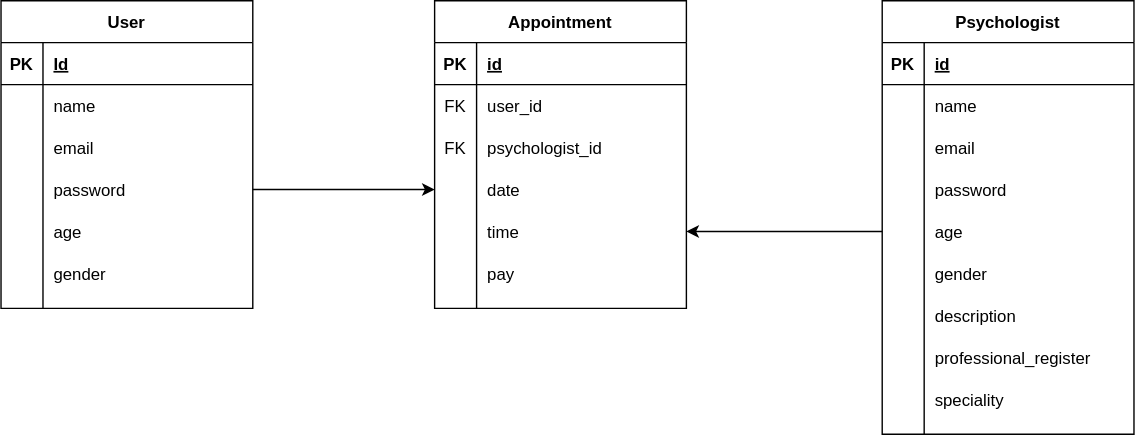
Before: db/database_model/letmehelpyou_database_model.svg, a diagram exported from draw.io (BC-MAY-21-ROR/proyecto-proy-t03). Source tidied: cells renumbered, new cells last; positions are measured from the earlier drawing's top-left corner, leaving out a move shared by most shapes.
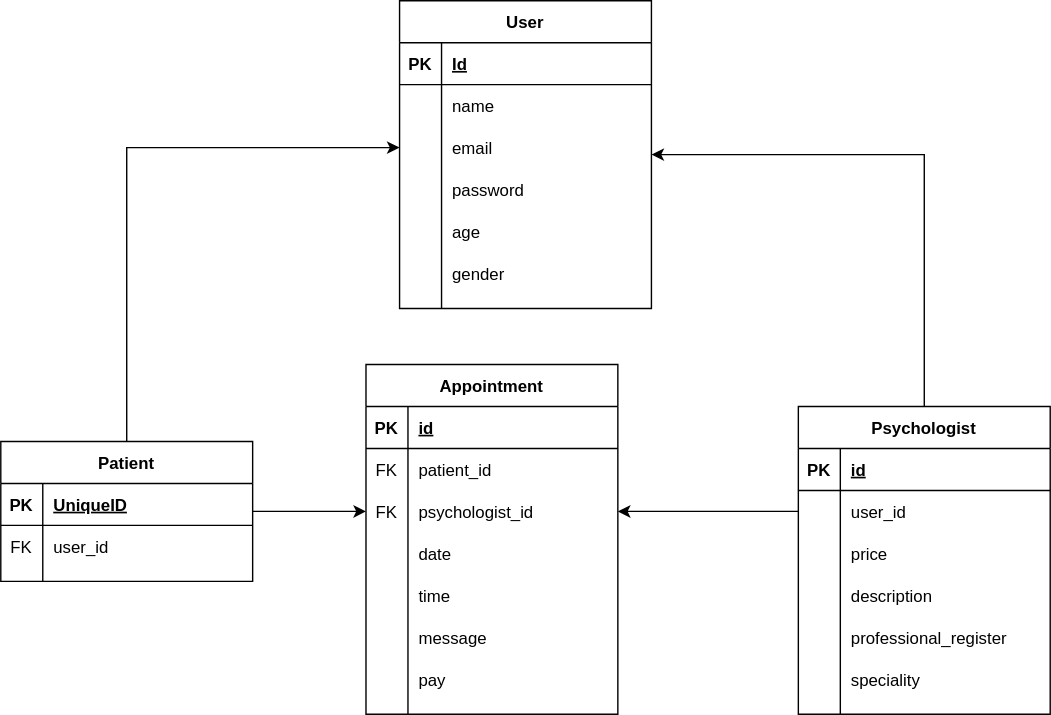
Later version of the same file.

Commit message:
Update database diagram and correct tables Correct diagram to avoid repeat fields on differentes tables. Fix some troubles at create tables. Add attribute message to save chat log.

Change to the diagram source:
```diff
@@ -3,7 +3,7 @@
     <mxCell id="0" />
     <mxCell id="1" parent="0" />
     <mxCell id="2" value="User" style="shape=table;startSize=30;rowLines=0;fontStyle=1;align=center;" parent="1" vertex="1">
-      <mxGeometry width="180" height="220" as="geometry" />
+      <mxGeometry x="335" y="-46" width="180" height="220" as="geometry" />
     </mxCell>
     <mxCell id="3" style="shape=partialRectangle;fillColor=none;top=0;left=0;bottom=1;right=0;" parent="2" vertex="1">
       <mxGeometry y="30" width="180" height="30" as="geometry" />
@@ -59,8 +59,11 @@
     <mxCell id="20" value="gender" style="shape=partialRectangle;fillColor=none;top=0;left=0;bottom=0;right=0;align=left;spacingLeft=6;overflow=hidden;" parent="18" vertex="1">
       <mxGeometry x="30" width="150" height="30" as="geometry" />
     </mxCell>
+    <mxCell id="70" style="edgeStyle=orthogonalEdgeStyle;rounded=0;jettySize=auto;html=1;entryX=1;entryY=0.5;entryDx=0;entryDy=0;exitX=0.5;exitY=0;exitDx=0;exitDy=0;" parent="1" edge="1" source="21" target="2">
+      <mxGeometry relative="1" as="geometry" />
+    </mxCell>
     <mxCell id="21" value="Psychologist" style="shape=table;startSize=30;rowLines=0;fontStyle=1;align=center;" parent="1" vertex="1">
-      <mxGeometry x="630" width="180" height="310" as="geometry" />
+      <mxGeometry x="620" y="244" width="180" height="220" as="geometry" />
     </mxCell>
     <mxCell id="22" style="shape=partialRectangle;fillColor=none;top=0;left=0;bottom=1;right=0;" parent="21" vertex="1">
       <mxGeometry y="30" width="180" height="30" as="geometry" />
@@ -71,62 +74,35 @@
     <mxCell id="24" value="id" style="shape=partialRectangle;fillColor=none;top=0;left=0;bottom=0;right=0;align=left;spacingLeft=6;fontStyle=5;overflow=hidden;" parent="22" vertex="1">
       <mxGeometry x="30" width="150" height="30" as="geometry" />
     </mxCell>
-    <mxCell id="25" style="shape=partialRectangle;fillColor=none;top=0;left=0;bottom=0;right=0;" parent="21" vertex="1">
-      <mxGeometry y="60" width="180" height="30" as="geometry" />
-    </mxCell>
-    <mxCell id="26" style="shape=partialRectangle;fillColor=none;top=0;left=0;bottom=0;right=0;overflow=hidden;" parent="25" vertex="1">
-      <mxGeometry width="30" height="30" as="geometry" />
-    </mxCell>
-    <mxCell id="27" value="name" style="shape=partialRectangle;fillColor=none;top=0;left=0;bottom=0;right=0;align=left;spacingLeft=6;overflow=hidden;" parent="25" vertex="1">
-      <mxGeometry x="30" width="150" height="30" as="geometry" />
-    </mxCell>
-    <mxCell id="28" style="shape=partialRectangle;fillColor=none;top=0;left=0;bottom=0;right=0;" parent="21" vertex="1">
-      <mxGeometry y="90" width="180" height="30" as="geometry" />
-    </mxCell>
-    <mxCell id="29" style="shape=partialRectangle;fillColor=none;top=0;left=0;bottom=0;right=0;overflow=hidden;" parent="28" vertex="1">
-      <mxGeometry width="30" height="30" as="geometry" />
-    </mxCell>
-    <mxCell id="30" value="email" style="shape=partialRectangle;fillColor=none;top=0;left=0;bottom=0;right=0;align=left;spacingLeft=6;overflow=hidden;" parent="28" vertex="1">
-      <mxGeometry x="30" width="150" height="30" as="geometry" />
-    </mxCell>
-    <mxCell id="31" style="shape=partialRectangle;fillColor=none;top=0;left=0;bottom=0;right=0;" parent="21" vertex="1">
-      <mxGeometry y="120" width="180" height="30" as="geometry" />
-    </mxCell>
-    <mxCell id="32" style="shape=partialRectangle;fillColor=none;top=0;left=0;bottom=0;right=0;overflow=hidden;" parent="31" vertex="1">
-      <mxGeometry width="30" height="30" as="geometry" />
-    </mxCell>
-    <mxCell id="33" value="password" style="shape=partialRectangle;fillColor=none;top=0;left=0;bottom=0;right=0;align=left;spacingLeft=6;overflow=hidden;" parent="31" vertex="1">
-      <mxGeometry x="30" width="150" height="30" as="geometry" />
-    </mxCell>
-    <mxCell id="34" style="shape=partialRectangle;fillColor=none;top=0;left=0;bottom=0;right=0;points=[[0,0.5],[1,0.5]];portConstraint=eastwest;" parent="21" vertex="1">
-      <mxGeometry y="150" width="180" height="30" as="geometry" />
-    </mxCell>
-    <mxCell id="35" style="shape=partialRectangle;fillColor=none;top=0;left=0;bottom=0;right=0;overflow=hidden;" parent="34" vertex="1">
-      <mxGeometry width="30" height="30" as="geometry" />
-    </mxCell>
-    <mxCell id="36" value="age" style="shape=partialRectangle;fillColor=none;top=0;left=0;bottom=0;right=0;align=left;spacingLeft=6;overflow=hidden;" parent="34" vertex="1">
-      <mxGeometry x="30" width="150" height="30" as="geometry" />
-    </mxCell>
-    <mxCell id="37" style="shape=partialRectangle;fillColor=none;top=0;left=0;bottom=0;right=0;" parent="21" vertex="1">
-      <mxGeometry y="180" width="180" height="30" as="geometry" />
-    </mxCell>
-    <mxCell id="38" style="shape=partialRectangle;fillColor=none;top=0;left=0;bottom=0;right=0;overflow=hidden;" parent="37" vertex="1">
-      <mxGeometry width="30" height="30" as="geometry" />
-    </mxCell>
-    <mxCell id="39" value="gender" style="shape=partialRectangle;fillColor=none;top=0;left=0;bottom=0;right=0;align=left;spacingLeft=6;overflow=hidden;" parent="37" vertex="1">
-      <mxGeometry x="30" width="150" height="30" as="geometry" />
-    </mxCell>
     <mxCell id="40" style="shape=partialRectangle;fillColor=none;top=0;left=0;bottom=0;right=0;points=[[0,0.5],[1,0.5]];portConstraint=eastwest;" parent="21" vertex="1">
-      <mxGeometry y="210" width="180" height="30" as="geometry" />
+      <mxGeometry y="60" width="180" height="30" as="geometry" />
     </mxCell>
     <mxCell id="41" style="shape=partialRectangle;fillColor=none;top=0;left=0;bottom=0;right=0;overflow=hidden;" parent="40" vertex="1">
       <mxGeometry width="30" height="30" as="geometry" />
     </mxCell>
-    <mxCell id="42" value="description" style="shape=partialRectangle;fillColor=none;top=0;left=0;bottom=0;right=0;align=left;spacingLeft=6;overflow=hidden;" parent="40" vertex="1">
+    <mxCell id="42" value="user_id" style="shape=partialRectangle;fillColor=none;top=0;left=0;bottom=0;right=0;align=left;spacingLeft=6;overflow=hidden;" parent="40" vertex="1">
       <mxGeometry x="30" width="150" height="30" as="geometry" />
     </mxCell>
+    <mxCell id="28" style="shape=partialRectangle;fillColor=none;top=0;left=0;bottom=0;right=0;" parent="21" vertex="1">
+      <mxGeometry y="90" width="180" height="30" as="geometry" />
+    </mxCell>
+    <mxCell id="71" style="shape=partialRectangle;fillColor=none;top=0;left=0;bottom=0;right=0;overflow=hidden;" parent="28" vertex="1">
+      <mxGeometry width="30" height="30" as="geometry" />
+    </mxCell>
+    <mxCell id="72" value="price" style="shape=partialRectangle;fillColor=none;top=0;left=0;bottom=0;right=0;align=left;spacingLeft=6;overflow=hidden;" parent="28" vertex="1">
+      <mxGeometry x="30" width="150" height="30" as="geometry" />
+    </mxCell>
+    <mxCell id="31" style="shape=partialRectangle;fillColor=none;top=0;left=0;bottom=0;right=0;" parent="21" vertex="1">
+      <mxGeometry y="120" width="180" height="30" as="geometry" />
+    </mxCell>
+    <mxCell id="73" style="shape=partialRectangle;fillColor=none;top=0;left=0;bottom=0;right=0;overflow=hidden;" parent="31" vertex="1">
+      <mxGeometry width="30" height="30" as="geometry" />
+    </mxCell>
+    <mxCell id="74" value="description" style="shape=partialRectangle;fillColor=none;top=0;left=0;bottom=0;right=0;align=left;spacingLeft=6;overflow=hidden;" parent="31" vertex="1">
+      <mxGeometry x="30" width="150" height="30" as="geometry" />
+    </mxCell>
     <mxCell id="43" style="shape=partialRectangle;fillColor=none;top=0;left=0;bottom=0;right=0;" parent="21" vertex="1">
-      <mxGeometry y="240" width="180" height="30" as="geometry" />
+      <mxGeometry y="150" width="180" height="30" as="geometry" />
     </mxCell>
     <mxCell id="44" style="shape=partialRectangle;fillColor=none;top=0;left=0;bottom=0;right=0;overflow=hidden;" parent="43" vertex="1">
       <mxGeometry width="30" height="30" as="geometry" />
@@ -135,7 +111,7 @@
       <mxGeometry x="30" width="150" height="30" as="geometry" />
     </mxCell>
     <mxCell id="46" style="shape=partialRectangle;fillColor=none;top=0;left=0;bottom=0;right=0;" parent="21" vertex="1">
-      <mxGeometry y="270" width="180" height="30" as="geometry" />
+      <mxGeometry y="180" width="180" height="30" as="geometry" />
     </mxCell>
     <mxCell id="47" style="shape=partialRectangle;fillColor=none;top=0;left=0;bottom=0;right=0;overflow=hidden;" parent="46" vertex="1">
       <mxGeometry width="30" height="30" as="geometry" />
@@ -144,7 +120,7 @@
       <mxGeometry x="30" width="150" height="30" as="geometry" />
     </mxCell>
     <mxCell id="49" value="Appointment" style="shape=table;startSize=30;rowLines=0;fontStyle=1;align=center;" parent="1" vertex="1">
-      <mxGeometry x="310" width="180" height="220" as="geometry" />
+      <mxGeometry x="311" y="214" width="180" height="250" as="geometry" />
     </mxCell>
     <mxCell id="50" style="shape=partialRectangle;fillColor=none;top=0;left=0;bottom=1;right=0;" parent="49" vertex="1">
       <mxGeometry y="30" width="180" height="30" as="geometry" />
@@ -161,7 +137,7 @@
     <mxCell id="54" value="FK" style="shape=partialRectangle;fillColor=none;top=0;left=0;bottom=0;right=0;overflow=hidden;" parent="53" vertex="1">
       <mxGeometry width="30" height="30" as="geometry" />
     </mxCell>
-    <mxCell id="55" value="user_id" style="shape=partialRectangle;fillColor=none;top=0;left=0;bottom=0;right=0;align=left;spacingLeft=6;overflow=hidden;" parent="53" vertex="1">
+    <mxCell id="55" value="patient_id" style="shape=partialRectangle;fillColor=none;top=0;left=0;bottom=0;right=0;align=left;spacingLeft=6;overflow=hidden;" parent="53" vertex="1">
       <mxGeometry x="30" width="150" height="30" as="geometry" />
     </mxCell>
     <mxCell id="56" style="shape=partialRectangle;fillColor=none;top=0;left=0;bottom=0;right=0;points=[[0,0.5],[1,0.5]];portConstraint=eastwest;" parent="49" vertex="1">
@@ -191,8 +167,17 @@
     <mxCell id="64" value="time" style="shape=partialRectangle;fillColor=none;top=0;left=0;bottom=0;right=0;align=left;spacingLeft=6;overflow=hidden;" parent="62" vertex="1">
       <mxGeometry x="30" width="150" height="30" as="geometry" />
     </mxCell>
+    <mxCell id="37" style="shape=partialRectangle;fillColor=none;top=0;left=0;bottom=0;right=0;" parent="49" vertex="1">
+      <mxGeometry y="180" width="180" height="30" as="geometry" />
+    </mxCell>
+    <mxCell id="75" style="shape=partialRectangle;fillColor=none;top=0;left=0;bottom=0;right=0;overflow=hidden;" parent="37" vertex="1">
+      <mxGeometry width="30" height="30" as="geometry" />
+    </mxCell>
+    <mxCell id="76" value="message" style="shape=partialRectangle;fillColor=none;top=0;left=0;bottom=0;right=0;align=left;spacingLeft=6;overflow=hidden;" parent="37" vertex="1">
+      <mxGeometry x="30" width="150" height="30" as="geometry" />
+    </mxCell>
     <mxCell id="65" style="shape=partialRectangle;fillColor=none;top=0;left=0;bottom=0;right=0;" parent="49" vertex="1">
-      <mxGeometry y="180" width="180" height="30" as="geometry" />
+      <mxGeometry y="210" width="180" height="30" as="geometry" />
     </mxCell>
     <mxCell id="66" style="shape=partialRectangle;fillColor=none;top=0;left=0;bottom=0;right=0;overflow=hidden;" parent="65" vertex="1">
       <mxGeometry width="30" height="30" as="geometry" />
@@ -200,13 +185,35 @@
     <mxCell id="67" value="pay" style="shape=partialRectangle;fillColor=none;top=0;left=0;bottom=0;right=0;align=left;spacingLeft=6;overflow=hidden;" parent="65" vertex="1">
       <mxGeometry x="30" width="150" height="30" as="geometry" />
     </mxCell>
-    <mxCell id="68" style="edgeStyle=orthogonalEdgeStyle;rounded=0;jettySize=auto;html=1;" parent="1" edge="1" source="12">
-      <mxGeometry relative="1" as="geometry">
-        <mxPoint x="310" y="135" as="targetPoint" />
-      </mxGeometry>
-    </mxCell>
-    <mxCell id="69" style="edgeStyle=orthogonalEdgeStyle;rounded=0;jettySize=auto;html=1;entryX=1;entryY=0.5;entryDx=0;entryDy=0;" parent="1" edge="1" source="34" target="62">
+    <mxCell id="69" style="edgeStyle=orthogonalEdgeStyle;rounded=0;jettySize=auto;html=1;entryX=1;entryY=0.5;entryDx=0;entryDy=0;exitX=0;exitY=0.5;exitDx=0;exitDy=0;" parent="1" edge="1" source="40" target="56">
       <mxGeometry relative="1" as="geometry" />
     </mxCell>
+    <mxCell id="77" style="edgeStyle=orthogonalEdgeStyle;rounded=0;jettySize=auto;html=1;entryX=0;entryY=0.5;entryDx=0;entryDy=0;" parent="1" edge="1" source="79" target="56">
+      <mxGeometry relative="1" as="geometry" />
+    </mxCell>
+    <mxCell id="78" style="edgeStyle=orthogonalEdgeStyle;rounded=0;jettySize=auto;html=1;entryX=0;entryY=0.5;entryDx=0;entryDy=0;" parent="1" edge="1" source="79" target="9">
+      <mxGeometry relative="1" as="geometry" />
+    </mxCell>
+    <mxCell id="79" value="Patient" style="shape=table;startSize=30;rowLines=0;fontStyle=1;align=center;" parent="1" vertex="1">
+      <mxGeometry x="50" y="269" width="180" height="100" as="geometry" />
+    </mxCell>
+    <mxCell id="80" style="shape=partialRectangle;fillColor=none;top=0;left=0;bottom=1;right=0;" parent="79" vertex="1">
+      <mxGeometry y="30" width="180" height="30" as="geometry" />
+    </mxCell>
+    <mxCell id="81" value="PK" style="shape=partialRectangle;fillColor=none;top=0;left=0;bottom=0;right=0;fontStyle=1;overflow=hidden;" parent="80" vertex="1">
+      <mxGeometry width="30" height="30" as="geometry" />
+    </mxCell>
+    <mxCell id="82" value="UniqueID" style="shape=partialRectangle;fillColor=none;top=0;left=0;bottom=0;right=0;align=left;spacingLeft=6;fontStyle=5;overflow=hidden;" parent="80" vertex="1">
+      <mxGeometry x="30" width="150" height="30" as="geometry" />
+    </mxCell>
+    <mxCell id="25" style="shape=partialRectangle;fillColor=none;top=0;left=0;bottom=0;right=0;" parent="79" vertex="1">
+      <mxGeometry y="60" width="180" height="30" as="geometry" />
+    </mxCell>
+    <mxCell id="83" value="FK" style="shape=partialRectangle;fillColor=none;top=0;left=0;bottom=0;right=0;overflow=hidden;" parent="25" vertex="1">
+      <mxGeometry width="30" height="30" as="geometry" />
+    </mxCell>
+    <mxCell id="84" value="user_id" style="shape=partialRectangle;fillColor=none;top=0;left=0;bottom=0;right=0;align=left;spacingLeft=6;overflow=hidden;" parent="25" vertex="1">
+      <mxGeometry x="30" width="150" height="30" as="geometry" />
+    </mxCell>
   </root>
 </mxGraphModel>
```
